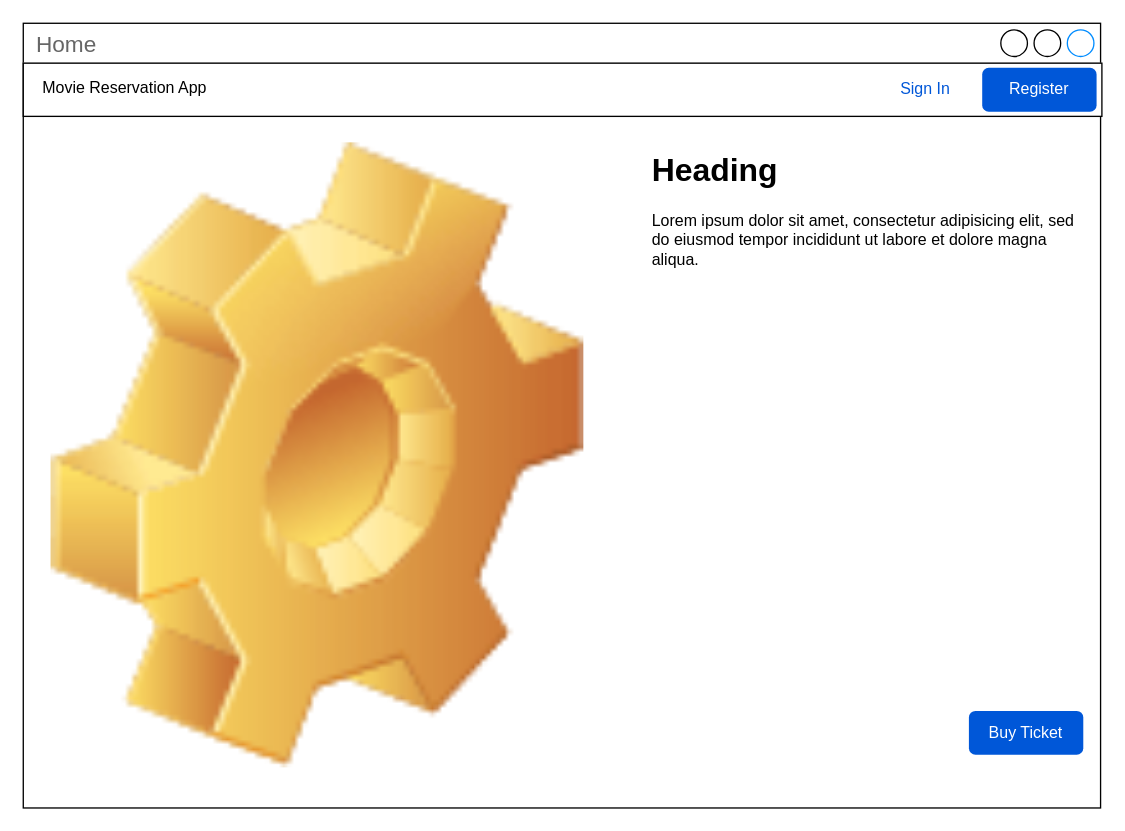
Earlier version of the draw.io diagram page "movie-details" (2 of 2) of docs/wireframe.drawio (jdelreyes/movie-reservation-angular). Source tidied: cells renumbered, new cells numbered last; positions are measured from the earlier drawing's top-left corner, leaving out a move shared by most shapes. Both pictures are drawn from the tidied source at 133%, with x=0, y=0 at pixel (23, 23).
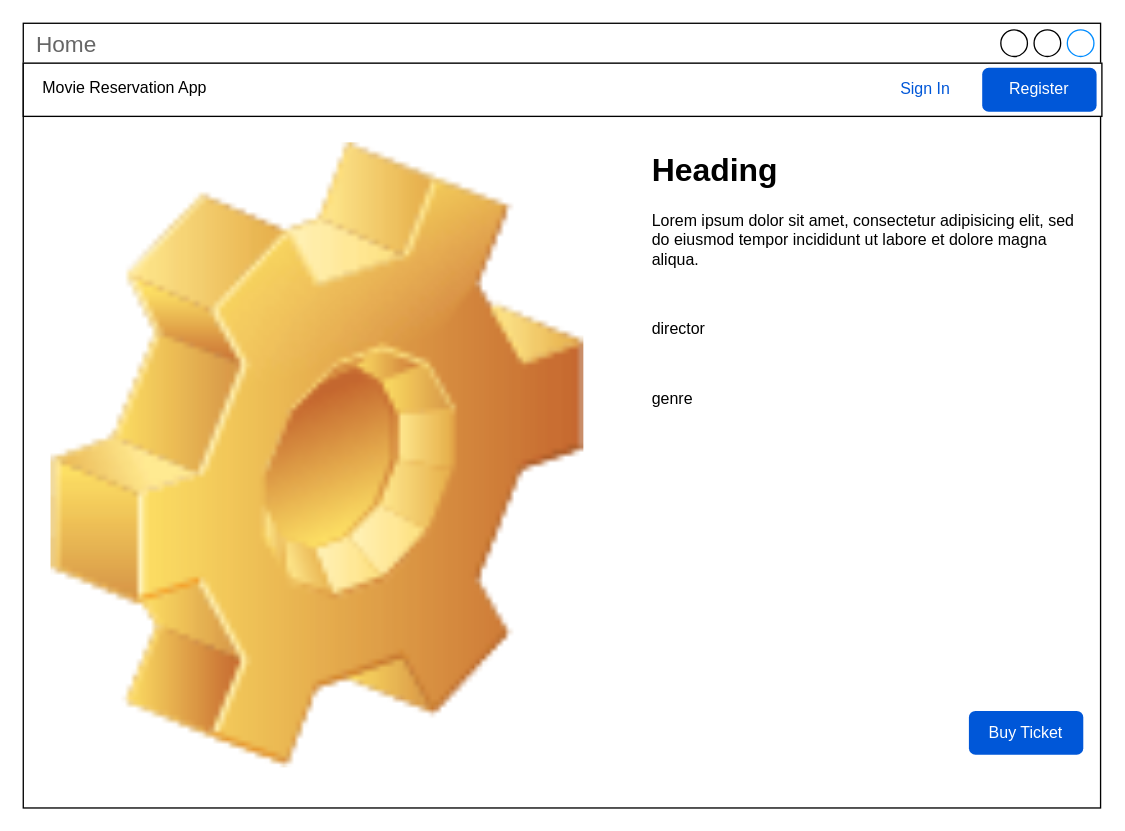
The same page after the edit.

Diff of the diagram source:
```diff
@@
 <mxGraphModel>
   <root>
     <mxCell id="0" />
     <mxCell id="1" parent="0" />
     <mxCell id="2" value="Home" style="strokeWidth=1;shadow=0;dashed=0;align=center;html=1;shape=mxgraph.mockup.containers.window;align=left;verticalAlign=top;spacingLeft=8;strokeColor2=#008cff;strokeColor3=#c4c4c4;fontColor=#666666;mainText=;fontSize=17;labelBackgroundColor=none;whiteSpace=wrap;" parent="1" vertex="1">
       <mxGeometry width="810" height="590" as="geometry" />
     </mxCell>
     <mxCell id="3" style="rounded=0;whiteSpace=wrap;html=1;" parent="1" vertex="1">
       <mxGeometry y="30" width="811" height="40" as="geometry" />
     </mxCell>
     <mxCell id="4" value="Register" style="rounded=1;fillColor=#0057D8;strokeColor=none;html=1;whiteSpace=wrap;fontColor=#ffffff;align=center;verticalAlign=middle;fontStyle=0;fontSize=12;sketch=0;" parent="1" vertex="1">
       <mxGeometry x="721" y="33.5" width="86" height="33" as="geometry" />
     </mxCell>
     <mxCell id="5" value="Sign In" style="fillColor=none;strokeColor=none;html=1;fontColor=#0057D8;align=center;verticalAlign=middle;fontStyle=0;fontSize=12;" parent="1" vertex="1">
       <mxGeometry x="635" y="33.5" width="86" height="33" as="geometry" />
     </mxCell>
     <mxCell id="6" value="Movie Reservation App" style="text;html=1;align=center;verticalAlign=middle;whiteSpace=wrap;rounded=0;" parent="1" vertex="1">
       <mxGeometry x="11" y="33.5" width="131" height="30" as="geometry" />
     </mxCell>
     <mxCell id="7" style="shape=image;html=1;verticalLabelPosition=bottom;verticalAlign=top;imageAspect=1;image=img/clipart/Gear_128x128.png;" parent="1" vertex="1">
       <mxGeometry x="21" y="90" width="400.6" height="470" as="geometry" />
     </mxCell>
-    <mxCell id="8" value="&lt;h1 style=&quot;margin-top: 0px;&quot;&gt;Heading&lt;/h1&gt;&lt;p&gt;Lorem ipsum dolor sit amet, consectetur adipisicing elit, sed do eiusmod tempor incididunt ut labore et dolore magna aliqua.&lt;/p&gt;" style="text;html=1;whiteSpace=wrap;overflow=hidden;rounded=0;" parent="1" vertex="1">
+    <mxCell id="8" value="&lt;h1 style=&quot;margin-top: 0px;&quot;&gt;Heading&lt;/h1&gt;&lt;p&gt;Lorem ipsum dolor sit amet, consectetur adipisicing elit, sed do eiusmod tempor incididunt ut labore et dolore magna aliqua.&lt;/p&gt;&lt;p&gt;&lt;br&gt;&lt;/p&gt;&lt;p&gt;director&lt;/p&gt;&lt;p&gt;&lt;br&gt;&lt;/p&gt;&lt;p&gt;genre&lt;/p&gt;&lt;p&gt;&lt;br&gt;&lt;/p&gt;&lt;p&gt;&lt;br&gt;&lt;/p&gt;" style="text;html=1;whiteSpace=wrap;overflow=hidden;rounded=0;" parent="1" vertex="1">
       <mxGeometry x="471" y="90" width="330" height="460" as="geometry" />
     </mxCell>
     <mxCell id="9" value="Buy Ticket" style="rounded=1;fillColor=#0057D8;strokeColor=none;html=1;whiteSpace=wrap;fontColor=#ffffff;align=center;verticalAlign=middle;fontStyle=0;fontSize=12;sketch=0;" parent="1" vertex="1">
       <mxGeometry x="711" y="517" width="86" height="33" as="geometry" />
     </mxCell>
   </root>
 </mxGraphModel>
```
